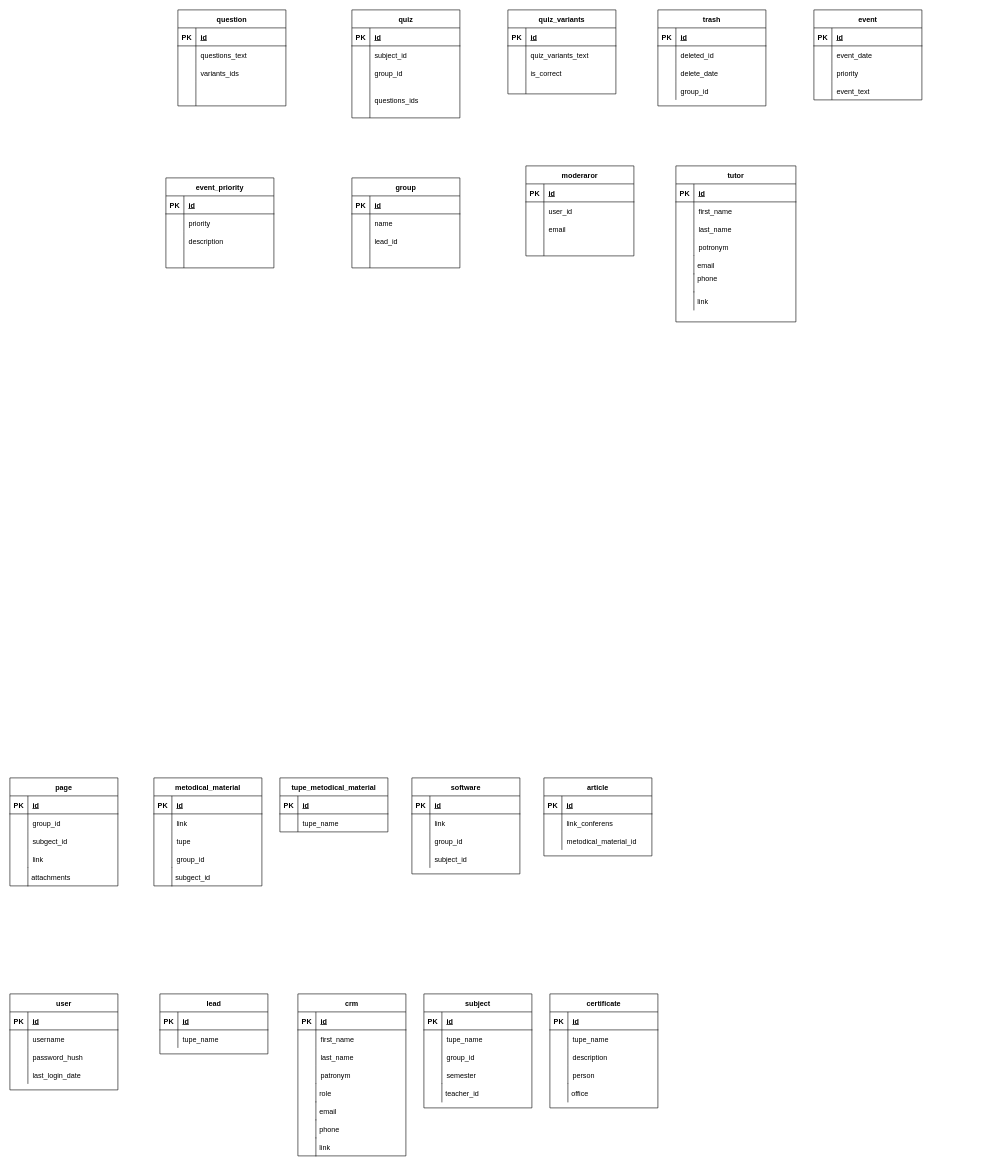
Before: Untitled Diagram.drawio in student-archive/backend, a draw.io diagram. Source tidied: cells renumbered, new cells numbered last; positions are measured from the earlier drawing's top-left corner, leaving out a move shared by most shapes. Both pictures are drawn from the tidied source at 60%, with x=0, y=0 at pixel (10, 10).
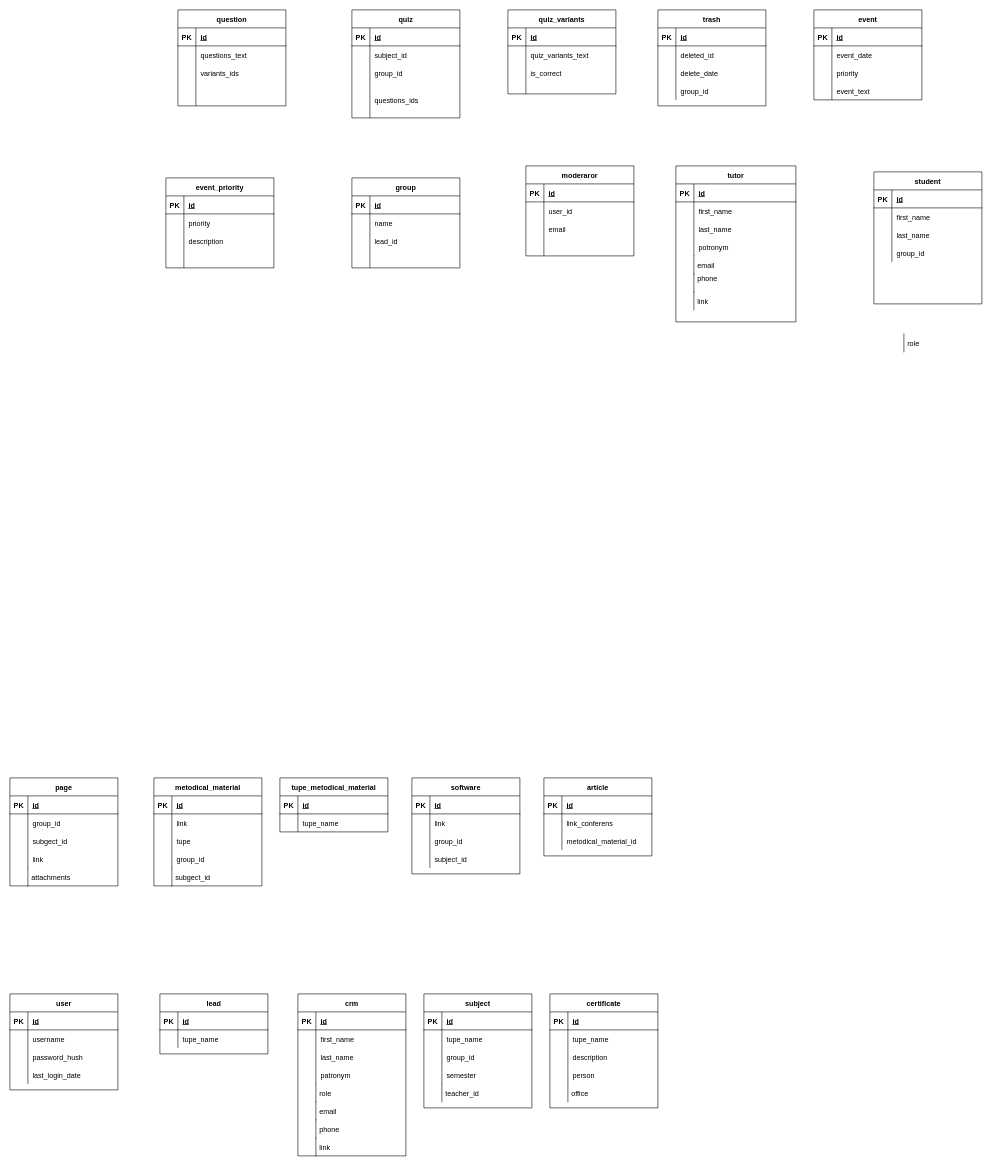
Above is the later version.

Commit message:
feat(databases): add student table

The edit, as a diff of the source:
```diff
@@
+    <mxCell id="256" value="student" style="shape=table;startSize=30;childLayout=tableLayout;rowLines=0;fontStyle=1;align=center;" parent="1" vertex="1">
+      <mxGeometry x="1440" y="270" width="180" height="220" as="geometry" />
+    </mxCell>
+    <mxCell id="257" style="shape=tableRow;horizontal=0;startSize=0;swimlaneHead=0;swimlaneBody=0;fillColor=none;top=0;left=0;right=0;bottom=1;" parent="256" vertex="1">
+      <mxGeometry y="30" width="180" height="30" as="geometry" />
+    </mxCell>
+    <mxCell id="258" value="PK" style="shape=partialRectangle;fillColor=none;top=0;left=0;bottom=0;right=0;fontStyle=1;overflow=hidden;" parent="257" vertex="1">
+      <mxGeometry width="30" height="30" as="geometry" />
+    </mxCell>
+    <mxCell id="259" value="id" style="shape=partialRectangle;fillColor=none;top=0;left=0;bottom=0;right=0;align=left;spacingLeft=6;fontStyle=5;overflow=hidden;" parent="257" vertex="1">
+      <mxGeometry x="30" width="150" height="30" as="geometry" />
+    </mxCell>
+    <mxCell id="260" style="shape=tableRow;horizontal=0;startSize=0;swimlaneHead=0;swimlaneBody=0;fillColor=none;top=0;left=0;right=0;bottom=0;" parent="256" vertex="1">
+      <mxGeometry y="60" width="180" height="30" as="geometry" />
+    </mxCell>
+    <mxCell id="261" style="shape=partialRectangle;fillColor=none;top=0;left=0;bottom=0;right=0;overflow=hidden;" parent="260" vertex="1">
+      <mxGeometry width="30" height="30" as="geometry" />
+    </mxCell>
+    <mxCell id="262" value="first_name" style="shape=partialRectangle;fillColor=none;top=0;left=0;bottom=0;right=0;align=left;spacingLeft=6;overflow=hidden;" parent="260" vertex="1">
+      <mxGeometry x="30" width="150" height="30" as="geometry" />
+    </mxCell>
+    <mxCell id="263" style="shape=tableRow;horizontal=0;startSize=0;swimlaneHead=0;swimlaneBody=0;fillColor=none;top=0;left=0;right=0;bottom=0;" parent="256" vertex="1">
+      <mxGeometry y="90" width="180" height="30" as="geometry" />
+    </mxCell>
+    <mxCell id="264" style="shape=partialRectangle;fillColor=none;top=0;left=0;bottom=0;right=0;overflow=hidden;" parent="263" vertex="1">
+      <mxGeometry width="30" height="30" as="geometry" />
+    </mxCell>
+    <mxCell id="265" value="last_name" style="shape=partialRectangle;fillColor=none;top=0;left=0;bottom=0;right=0;align=left;spacingLeft=6;overflow=hidden;" parent="263" vertex="1">
+      <mxGeometry x="30" width="150" height="30" as="geometry" />
+    </mxCell>
+    <mxCell id="266" style="shape=tableRow;horizontal=0;startSize=0;swimlaneHead=0;swimlaneBody=0;fillColor=none;top=0;left=0;right=0;bottom=0;" parent="256" vertex="1">
+      <mxGeometry y="120" width="180" height="30" as="geometry" />
+    </mxCell>
+    <mxCell id="267" style="shape=partialRectangle;fillColor=none;top=0;left=0;bottom=0;right=0;overflow=hidden;" parent="266" vertex="1">
+      <mxGeometry width="30" height="30" as="geometry" />
+    </mxCell>
+    <mxCell id="268" value="group_id" style="shape=partialRectangle;fillColor=none;top=0;left=0;bottom=0;right=0;align=left;spacingLeft=6;overflow=hidden;" parent="266" vertex="1">
+      <mxGeometry x="30" width="150" height="30" as="geometry" />
+    </mxCell>
+    <mxCell id="269" value="role" style="shape=partialRectangle;fillColor=none;align=left;verticalAlign=middle;strokeColor=none;spacingLeft=34;" parent="1" vertex="1">
+      <mxGeometry x="1460" y="540" width="90" height="30" as="geometry" />
+    </mxCell>
+    <mxCell id="270" style="shape=partialRectangle;top=0;left=0;bottom=0;fillColor=none;stokeWidth=1;align=left;verticalAlign=middle;spacingLeft=4;spacingRight=4;overflow=hidden;" parent="269" vertex="1">
+      <mxGeometry width="30" height="30" as="geometry" />
+    </mxCell>
```
